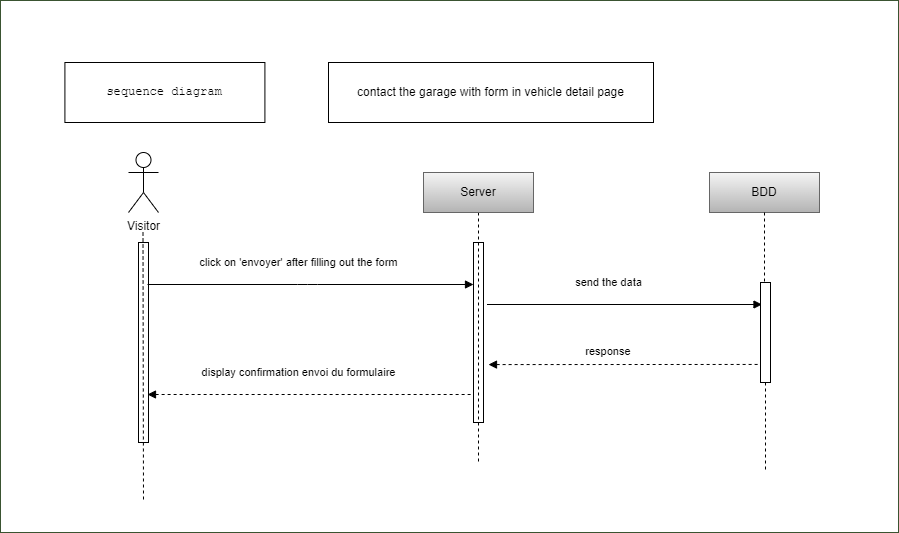
Before: documentations/PNG/diag-sequence-contact-in-vehicle-page.png, a diagram exported from draw.io (SandrineOrieux/Garage-V-Parrot). Source tidied: cells renumbered, new cells last; positions are measured from the earlier drawing's top-left corner, leaving out a move shared by most shapes.
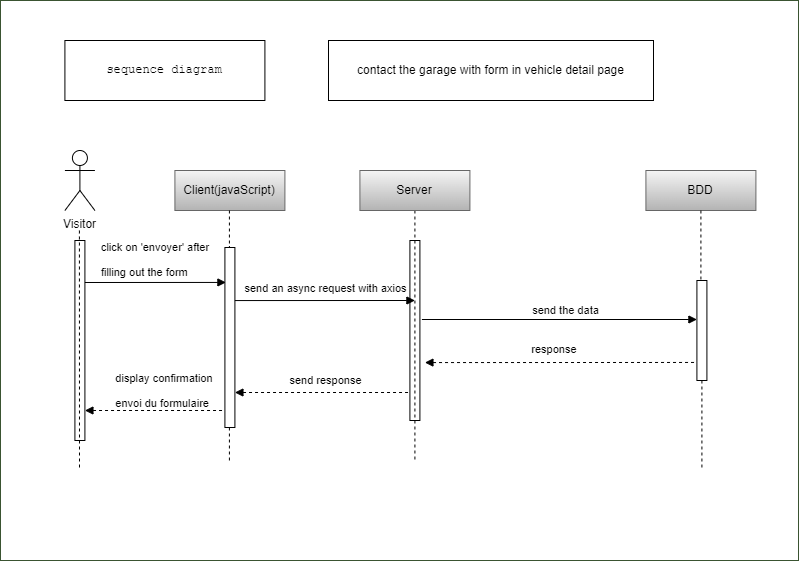
Later version of the same file.

What changed in the source:
```diff
@@ -3,100 +3,134 @@
     <mxCell id="0" />
     <mxCell id="1" parent="0" />
     <mxCell id="2" value="App" style="rounded=0;whiteSpace=wrap;html=1;fontFamily=Helvetica;fontSize=30;fontColor=#ffffff;verticalAlign=top;fillColor=#FFFFFF;strokeColor=#3A5431;backgroundOutline=0;" parent="1" vertex="1">
-      <mxGeometry width="898" height="532" as="geometry" />
+      <mxGeometry y="22" width="798" height="560" as="geometry" />
     </mxCell>
     <mxCell id="3" value="&lt;pre dir=&quot;ltr&quot; style=&quot;text-align:left&quot; id=&quot;tw-target-text&quot; class=&quot;tw-data-text tw-text-large tw-ta&quot;&gt;&lt;span lang=&quot;en&quot; class=&quot;Y2IQFc&quot;&gt;sequence diagram&lt;/span&gt;&lt;/pre&gt;" style="rounded=0;whiteSpace=wrap;html=1;fontColor=#000000;labelBackgroundColor=#FFFFFF;strokeColor=#000000;fillColor=#FFFFFF;" parent="1" vertex="1">
       <mxGeometry x="64.4" y="62" width="200" height="60" as="geometry" />
     </mxCell>
+    <mxCell id="10" value="contact the garage with form in vehicle detail page" style="rounded=0;whiteSpace=wrap;html=1;fontColor=#000000;labelBackgroundColor=#FFFFFF;fillColor=#FFFFFF;strokeColor=#000000;" parent="1" vertex="1">
+      <mxGeometry x="328" y="62" width="325" height="60" as="geometry" />
+    </mxCell>
     <mxCell id="4" value="Visitor" style="shape=umlActor;verticalLabelPosition=bottom;verticalAlign=top;html=1;fontColor=#000000;labelBackgroundColor=#FFFFFF;strokeColor=#000000;" parent="1" vertex="1">
-      <mxGeometry x="128" y="152" width="30" height="60" as="geometry" />
+      <mxGeometry x="64.4" y="172" width="30" height="60" as="geometry" />
     </mxCell>
-    <mxCell id="5" style="html=1;perimeter=orthogonalPerimeter;fontColor=#000000;labelBackgroundColor=#FFFFFF;" parent="1" vertex="1">
-      <mxGeometry x="138" y="242" width="10" height="200" as="geometry" />
-    </mxCell>
-    <mxCell id="6" style="html=1;perimeter=orthogonalPerimeter;fontColor=#000000;labelBackgroundColor=#FFFFFF;" parent="1" vertex="1">
-      <mxGeometry x="473" y="242" width="10" height="180" as="geometry" />
-    </mxCell>
-    <mxCell id="7" style="edgeStyle=none;html=1;dashed=1;fontFamily=Helvetica;startArrow=none;startFill=0;endArrow=none;endFill=0;fontColor=#000000;labelBackgroundColor=#FFFFFF;strokeColor=#000000;" parent="1" edge="1" source="8">
-      <mxGeometry relative="1" as="geometry">
-        <mxPoint x="478" y="462" as="targetPoint" />
-      </mxGeometry>
-    </mxCell>
+    <mxCell id="24" style="html=1;perimeter=orthogonalPerimeter;fontColor=#000000;labelBackgroundColor=#FFFFFF;" parent="1" vertex="1">
+      <mxGeometry x="74.4" y="262" width="10" height="200" as="geometry" />
+    </mxCell>
+    <mxCell id="25" style="html=1;perimeter=orthogonalPerimeter;fontColor=#000000;labelBackgroundColor=#FFFFFF;" parent="1" vertex="1">
+      <mxGeometry x="409.4" y="262" width="10" height="180" as="geometry" />
+    </mxCell>
+    <mxCell id="26" style="edgeStyle=none;html=1;dashed=1;fontFamily=Helvetica;startArrow=none;startFill=0;endArrow=none;endFill=0;fontColor=#000000;labelBackgroundColor=#FFFFFF;strokeColor=#000000;" parent="1" edge="1" source="8">
+      <mxGeometry relative="1" as="geometry">
+        <mxPoint x="414.4" y="482" as="targetPoint" />
+      </mxGeometry>
+    </mxCell>
     <mxCell id="8" value="Server" style="rounded=0;whiteSpace=wrap;html=1;labelBackgroundColor=none;fillColor=#f5f5f5;strokeColor=#666666;gradientColor=#b3b3b3;fontColor=#000000;" parent="1" vertex="1">
-      <mxGeometry x="423" y="172" width="110" height="40" as="geometry" />
+      <mxGeometry x="359.4" y="192" width="110" height="40" as="geometry" />
     </mxCell>
     <mxCell id="9" value="BDD" style="rounded=0;whiteSpace=wrap;html=1;labelBackgroundColor=none;fillColor=#f5f5f5;strokeColor=#666666;gradientColor=#b3b3b3;fontColor=#000000;" parent="1" vertex="1">
-      <mxGeometry x="709" y="172" width="110" height="40" as="geometry" />
+      <mxGeometry x="645.4" y="192" width="110" height="40" as="geometry" />
     </mxCell>
-    <mxCell id="10" value="contact the garage with form in vehicle detail page" style="rounded=0;whiteSpace=wrap;html=1;fontColor=#000000;labelBackgroundColor=#FFFFFF;fillColor=#FFFFFF;strokeColor=#000000;" parent="1" vertex="1">
-      <mxGeometry x="328" y="62" width="325" height="60" as="geometry" />
-    </mxCell>
-    <mxCell id="11" style="edgeStyle=none;html=1;entryX=0.1;entryY=0.073;entryDx=0;entryDy=0;entryPerimeter=0;endArrow=block;endFill=1;fontColor=#000000;labelBackgroundColor=#FFFFFF;strokeColor=#000000;" parent="1" edge="1">
-      <mxGeometry relative="1" as="geometry">
-        <mxPoint x="147" y="284" as="sourcePoint" />
-        <mxPoint x="473" y="284" as="targetPoint" />
-        <Array as="points">
-          <mxPoint x="307" y="284" />
-        </Array>
-      </mxGeometry>
-    </mxCell>
+    <mxCell id="27" style="edgeStyle=none;html=1;entryX=0;entryY=0.233;entryDx=0;entryDy=0;entryPerimeter=0;endArrow=block;endFill=1;fontColor=#000000;labelBackgroundColor=#FFFFFF;strokeColor=#000000;" parent="1" edge="1">
+      <mxGeometry relative="1" as="geometry">
+        <mxPoint x="84.4" y="304" as="sourcePoint" />
+        <mxPoint x="225.4" y="303.9" as="targetPoint" />
+      </mxGeometry>
+    </mxCell>
-    <mxCell id="12" value="&lt;pre dir=&quot;ltr&quot; style=&quot;text-align:left&quot; id=&quot;tw-target-text&quot; class=&quot;tw-data-text tw-text-large tw-ta&quot;&gt;&lt;font face=&quot;Helvetica&quot;&gt;click on 'envoyer' after filling out the form&lt;/font&gt;&lt;/pre&gt;" style="edgeLabel;html=1;align=center;verticalAlign=middle;fontColor=#000000;labelBackgroundColor=#FFFFFF;" parent="11" vertex="1">
+    <mxCell id="12" value="&lt;pre dir=&quot;ltr&quot; style=&quot;text-align:left&quot; id=&quot;tw-target-text&quot; class=&quot;tw-data-text tw-text-large tw-ta&quot;&gt;&lt;pre dir=&quot;ltr&quot; id=&quot;tw-target-text&quot; class=&quot;tw-data-text tw-text-large tw-ta&quot;&gt;&lt;font face=&quot;Helvetica&quot;&gt;click on 'envoyer' after &lt;/font&gt;&lt;/pre&gt;&lt;pre dir=&quot;ltr&quot; id=&quot;tw-target-text&quot; class=&quot;tw-data-text tw-text-large tw-ta&quot;&gt;&lt;font face=&quot;Helvetica&quot;&gt;filling out the form&lt;/font&gt;&lt;/pre&gt;&lt;/pre&gt;" style="edgeLabel;html=1;align=center;verticalAlign=middle;fontColor=#000000;labelBackgroundColor=none;" parent="27" vertex="1">
       <mxGeometry x="0.17" y="-1" relative="1" as="geometry">
-        <mxPoint x="-41" y="-23" as="offset" />
+        <mxPoint x="-12" y="-23" as="offset" />
       </mxGeometry>
     </mxCell>
-    <mxCell id="13" style="edgeStyle=none;html=1;endArrow=block;endFill=1;fontColor=#000000;labelBackgroundColor=#FFFFFF;strokeColor=#000000;" parent="1" edge="1">
-      <mxGeometry relative="1" as="geometry">
-        <mxPoint x="486.5" y="304" as="sourcePoint" />
-        <mxPoint x="761.5" y="304" as="targetPoint" />
-      </mxGeometry>
-    </mxCell>
+    <mxCell id="28" style="edgeStyle=none;html=1;endArrow=block;endFill=1;fontColor=#000000;labelBackgroundColor=#FFFFFF;strokeColor=#000000;" parent="1" edge="1">
+      <mxGeometry relative="1" as="geometry">
+        <mxPoint x="421.4" y="341" as="sourcePoint" />
+        <mxPoint x="696.4" y="341" as="targetPoint" />
+      </mxGeometry>
+    </mxCell>
-    <mxCell id="14" value="&lt;pre dir=&quot;ltr&quot; style=&quot;text-align:left&quot; id=&quot;tw-target-text&quot; class=&quot;tw-data-text tw-text-large tw-ta&quot;&gt;&lt;font face=&quot;Helvetica&quot;&gt;send the data&lt;/font&gt;&lt;/pre&gt;" style="edgeLabel;html=1;align=center;verticalAlign=middle;fontColor=#000000;labelBackgroundColor=#FFFFFF;" parent="13" vertex="1">
+    <mxCell id="14" value="&lt;pre dir=&quot;ltr&quot; style=&quot;text-align:left&quot; id=&quot;tw-target-text&quot; class=&quot;tw-data-text tw-text-large tw-ta&quot;&gt;&lt;pre dir=&quot;ltr&quot; id=&quot;tw-target-text&quot; class=&quot;tw-data-text tw-text-large tw-ta&quot;&gt;&lt;font face=&quot;Helvetica&quot;&gt;send the data&lt;/font&gt;&lt;/pre&gt;&lt;/pre&gt;" style="edgeLabel;html=1;align=center;verticalAlign=middle;fontColor=#000000;labelBackgroundColor=none;" parent="28" vertex="1">
       <mxGeometry x="0.17" y="-1" relative="1" as="geometry">
-        <mxPoint x="-40" y="-23" as="offset" />
+        <mxPoint x="-18" y="-10" as="offset" />
       </mxGeometry>
     </mxCell>
-    <mxCell id="15" style="edgeStyle=none;html=1;entryX=0.1;entryY=0.073;entryDx=0;entryDy=0;entryPerimeter=0;endArrow=none;endFill=0;startArrow=block;startFill=1;dashed=1;exitX=1.5;exitY=0.523;exitDx=0;exitDy=0;exitPerimeter=0;fontColor=#000000;labelBackgroundColor=#FFFFFF;strokeColor=#000000;" parent="1" edge="1">
-      <mxGeometry relative="1" as="geometry">
-        <mxPoint x="488" y="364.1" as="sourcePoint" />
-        <mxPoint x="759" y="363.9" as="targetPoint" />
-      </mxGeometry>
-    </mxCell>
+    <mxCell id="29" style="edgeStyle=none;html=1;entryX=0.1;entryY=0.073;entryDx=0;entryDy=0;entryPerimeter=0;endArrow=none;endFill=0;startArrow=block;startFill=1;dashed=1;exitX=1.5;exitY=0.523;exitDx=0;exitDy=0;exitPerimeter=0;fontColor=#000000;labelBackgroundColor=#FFFFFF;strokeColor=#000000;" parent="1" edge="1">
+      <mxGeometry relative="1" as="geometry">
+        <mxPoint x="424.4" y="384.1" as="sourcePoint" />
+        <mxPoint x="695.4" y="383.9" as="targetPoint" />
+      </mxGeometry>
+    </mxCell>
-    <mxCell id="16" value="&lt;pre dir=&quot;ltr&quot; style=&quot;text-align:left&quot; id=&quot;tw-target-text&quot; class=&quot;tw-data-text tw-text-large tw-ta&quot;&gt;&lt;font face=&quot;Helvetica&quot;&gt;response &lt;/font&gt;&lt;/pre&gt;" style="edgeLabel;html=1;align=center;verticalAlign=middle;fontColor=#000000;labelBackgroundColor=none;" parent="15" vertex="1">
+    <mxCell id="16" value="&lt;pre dir=&quot;ltr&quot; style=&quot;text-align:left&quot; id=&quot;tw-target-text&quot; class=&quot;tw-data-text tw-text-large tw-ta&quot;&gt;&lt;pre dir=&quot;ltr&quot; id=&quot;tw-target-text&quot; class=&quot;tw-data-text tw-text-large tw-ta&quot;&gt;&lt;font face=&quot;Helvetica&quot;&gt;response &lt;/font&gt;&lt;/pre&gt;&lt;/pre&gt;" style="edgeLabel;html=1;align=center;verticalAlign=middle;fontColor=#000000;labelBackgroundColor=none;" parent="29" vertex="1">
       <mxGeometry x="0.17" y="-1" relative="1" as="geometry">
-        <mxPoint x="-39" y="-13" as="offset" />
+        <mxPoint x="-29" y="-13" as="offset" />
       </mxGeometry>
     </mxCell>
-    <mxCell id="17" value="&lt;br&gt;" style="edgeLabel;html=1;align=center;verticalAlign=middle;fontFamily=Helvetica;fontColor=#000000;labelBackgroundColor=#FFFFFF;" parent="15" vertex="1">
-      <mxGeometry x="0.68" y="-1" relative="1" as="geometry" />
-    </mxCell>
-    <mxCell id="18" style="edgeStyle=none;html=1;entryX=0.1;entryY=0.073;entryDx=0;entryDy=0;entryPerimeter=0;endArrow=none;endFill=0;startArrow=block;startFill=1;dashed=1;fontColor=#000000;labelBackgroundColor=#FFFFFF;strokeColor=#000000;" parent="1" edge="1">
-      <mxGeometry relative="1" as="geometry">
-        <mxPoint x="147" y="394" as="sourcePoint" />
-        <mxPoint x="473" y="394" as="targetPoint" />
-      </mxGeometry>
-    </mxCell>
+    <mxCell id="30" value="&lt;br&gt;" style="edgeLabel;html=1;align=center;verticalAlign=middle;fontFamily=Helvetica;fontColor=#000000;labelBackgroundColor=#FFFFFF;" parent="29" vertex="1">
+      <mxGeometry x="0.68" y="-1" relative="1" as="geometry" />
+    </mxCell>
+    <mxCell id="31" style="edgeStyle=none;html=1;entryX=0.1;entryY=0.073;entryDx=0;entryDy=0;entryPerimeter=0;endArrow=none;endFill=0;startArrow=block;startFill=1;dashed=1;fontColor=#000000;labelBackgroundColor=#FFFFFF;strokeColor=#000000;" parent="1" edge="1" source="40">
+      <mxGeometry relative="1" as="geometry">
+        <mxPoint x="409.4" y="414" as="targetPoint" />
+      </mxGeometry>
+    </mxCell>
+    <mxCell id="32" value="&lt;pre dir=&quot;ltr&quot; style=&quot;text-align:left&quot; id=&quot;tw-target-text&quot; class=&quot;tw-data-text tw-text-large tw-ta&quot;&gt;&lt;font face=&quot;Helvetica&quot;&gt;send response&lt;/font&gt;&lt;/pre&gt;" style="edgeLabel;html=1;align=center;verticalAlign=middle;fontColor=#000000;labelBackgroundColor=none;" parent="31" vertex="1">
+      <mxGeometry x="0.17" y="-1" relative="1" as="geometry">
+        <mxPoint x="-13" y="-13" as="offset" />
+      </mxGeometry>
+    </mxCell>
+    <mxCell id="33" style="edgeStyle=none;html=1;dashed=1;fontFamily=Helvetica;startArrow=none;startFill=0;endArrow=none;endFill=0;fontColor=#000000;labelBackgroundColor=#FFFFFF;strokeColor=#000000;" parent="1" edge="1" source="9" target="34">
+      <mxGeometry relative="1" as="geometry" />
+    </mxCell>
+    <mxCell id="34" style="html=1;points=[];perimeter=orthogonalPerimeter;fontColor=#000000;labelBackgroundColor=#FFFFFF;" parent="1" vertex="1">
+      <mxGeometry x="696.4" y="302" width="10" height="100" as="geometry" />
+    </mxCell>
+    <mxCell id="35" style="edgeStyle=none;html=1;dashed=1;fontFamily=Helvetica;startArrow=none;startFill=0;endArrow=none;endFill=0;fontColor=#000000;labelBackgroundColor=#FFFFFF;strokeColor=#000000;" parent="1" edge="1" source="34">
+      <mxGeometry relative="1" as="geometry">
+        <mxPoint x="701.4" y="492" as="targetPoint" />
+      </mxGeometry>
+    </mxCell>
+    <mxCell id="36" style="edgeStyle=none;html=1;dashed=1;fontFamily=Helvetica;startArrow=none;startFill=0;endArrow=none;endFill=0;fontColor=#000000;labelBackgroundColor=#FFFFFF;strokeColor=#000000;" parent="1" edge="1">
+      <mxGeometry relative="1" as="geometry">
+        <mxPoint x="78.9" y="252" as="sourcePoint" />
+        <mxPoint x="79" y="492" as="targetPoint" />
+      </mxGeometry>
+    </mxCell>
+    <mxCell id="37" value="Client(javaScript)" style="rounded=0;whiteSpace=wrap;html=1;labelBackgroundColor=none;fillColor=#f5f5f5;strokeColor=#666666;gradientColor=#b3b3b3;fontColor=#000000;" parent="1" vertex="1">
+      <mxGeometry x="174.4" y="192" width="110" height="40" as="geometry" />
+    </mxCell>
+    <mxCell id="38" style="edgeStyle=none;html=1;dashed=1;fontFamily=Helvetica;startArrow=none;startFill=0;endArrow=none;endFill=0;fontColor=#000000;labelBackgroundColor=#FFFFFF;strokeColor=#000000;" parent="1" edge="1" source="40">
+      <mxGeometry relative="1" as="geometry">
+        <mxPoint x="228.9" y="482" as="targetPoint" />
+      </mxGeometry>
+    </mxCell>
+    <mxCell id="39" style="edgeStyle=none;html=1;dashed=1;fontFamily=Helvetica;startArrow=none;startFill=0;endArrow=none;endFill=0;fontColor=#000000;labelBackgroundColor=#FFFFFF;strokeColor=#000000;" parent="1" edge="1" target="40">
+      <mxGeometry relative="1" as="geometry">
+        <mxPoint x="228.9" y="232" as="sourcePoint" />
+      </mxGeometry>
+    </mxCell>
+    <mxCell id="40" style="html=1;points=[];perimeter=orthogonalPerimeter;fontColor=#000000;labelBackgroundColor=#FFFFFF;" parent="1" vertex="1">
+      <mxGeometry x="224.4" y="269" width="10" height="180" as="geometry" />
+    </mxCell>
+    <mxCell id="41" style="edgeStyle=none;html=1;endArrow=block;endFill=1;fontColor=#000000;labelBackgroundColor=#FFFFFF;strokeColor=#000000;" parent="1" edge="1">
+      <mxGeometry relative="1" as="geometry">
+        <mxPoint x="234.4" y="322.1" as="sourcePoint" />
+        <mxPoint x="414.4" y="322" as="targetPoint" />
+      </mxGeometry>
+    </mxCell>
+    <mxCell id="42" value="&lt;pre dir=&quot;ltr&quot; style=&quot;text-align:left&quot; id=&quot;tw-target-text&quot; class=&quot;tw-data-text tw-text-large tw-ta&quot;&gt;&lt;font face=&quot;Helvetica&quot;&gt;send an async request with axios&lt;/font&gt;&lt;/pre&gt;" style="edgeLabel;html=1;align=center;verticalAlign=middle;fontColor=#000000;labelBackgroundColor=none;" parent="41" vertex="1">
+      <mxGeometry x="0.17" y="-1" relative="1" as="geometry">
+        <mxPoint x="-15" y="-13" as="offset" />
+      </mxGeometry>
+    </mxCell>
+    <mxCell id="43" style="edgeStyle=none;html=1;endArrow=none;endFill=0;startArrow=block;startFill=1;dashed=1;fontColor=#000000;labelBackgroundColor=#FFFFFF;strokeColor=#000000;" parent="1" edge="1">
+      <mxGeometry relative="1" as="geometry">
+        <mxPoint x="84.4" y="432" as="sourcePoint" />
+        <mxPoint x="224.4" y="432" as="targetPoint" />
+      </mxGeometry>
+    </mxCell>
-    <mxCell id="19" value="&lt;pre dir=&quot;ltr&quot; style=&quot;text-align:left&quot; id=&quot;tw-target-text&quot; class=&quot;tw-data-text tw-text-large tw-ta&quot;&gt;&lt;font face=&quot;Helvetica&quot;&gt;display confirmation envoi du formulaire&lt;/font&gt;&lt;/pre&gt;" style="edgeLabel;html=1;align=center;verticalAlign=middle;fontColor=#000000;labelBackgroundColor=#FFFFFF;" parent="18" vertex="1">
+    <mxCell id="19" value="&lt;pre dir=&quot;ltr&quot; style=&quot;text-align:left&quot; id=&quot;tw-target-text&quot; class=&quot;tw-data-text tw-text-large tw-ta&quot;&gt;&lt;pre dir=&quot;ltr&quot; id=&quot;tw-target-text&quot; class=&quot;tw-data-text tw-text-large tw-ta&quot;&gt;&lt;font face=&quot;Helvetica&quot;&gt;display confirmation &lt;/font&gt;&lt;/pre&gt;&lt;pre dir=&quot;ltr&quot; id=&quot;tw-target-text&quot; class=&quot;tw-data-text tw-text-large tw-ta&quot;&gt;&lt;font face=&quot;Helvetica&quot;&gt;envoi du formulaire&lt;/font&gt;&lt;/pre&gt;&lt;/pre&gt;" style="edgeLabel;html=1;align=center;verticalAlign=middle;fontColor=#000000;labelBackgroundColor=none;" parent="43" vertex="1">
       <mxGeometry x="0.17" y="-1" relative="1" as="geometry">
-        <mxPoint x="-41" y="-23" as="offset" />
+        <mxPoint x="-2" y="-21" as="offset" />
       </mxGeometry>
     </mxCell>
-    <mxCell id="20" style="edgeStyle=none;html=1;dashed=1;fontFamily=Helvetica;startArrow=none;startFill=0;endArrow=none;endFill=0;fontColor=#000000;labelBackgroundColor=#FFFFFF;strokeColor=#000000;" parent="1" edge="1" source="9" target="21">
-      <mxGeometry relative="1" as="geometry" />
-    </mxCell>
-    <mxCell id="21" style="html=1;points=[];perimeter=orthogonalPerimeter;fontColor=#000000;labelBackgroundColor=#FFFFFF;" parent="1" vertex="1">
-      <mxGeometry x="760" y="282" width="10" height="100" as="geometry" />
-    </mxCell>
-    <mxCell id="22" style="edgeStyle=none;html=1;dashed=1;fontFamily=Helvetica;startArrow=none;startFill=0;endArrow=none;endFill=0;fontColor=#000000;labelBackgroundColor=#FFFFFF;strokeColor=#000000;" parent="1" edge="1" source="21">
-      <mxGeometry relative="1" as="geometry">
-        <mxPoint x="765" y="472" as="targetPoint" />
-      </mxGeometry>
-    </mxCell>
-    <mxCell id="23" style="edgeStyle=none;html=1;dashed=1;fontFamily=Helvetica;startArrow=none;startFill=0;endArrow=none;endFill=0;fontColor=#000000;labelBackgroundColor=#FFFFFF;strokeColor=#000000;" parent="1" edge="1">
-      <mxGeometry relative="1" as="geometry">
-        <mxPoint x="142.5" y="232" as="sourcePoint" />
-        <mxPoint x="143" y="502" as="targetPoint" />
-      </mxGeometry>
-    </mxCell>
   </root>
 </mxGraphModel>
```
